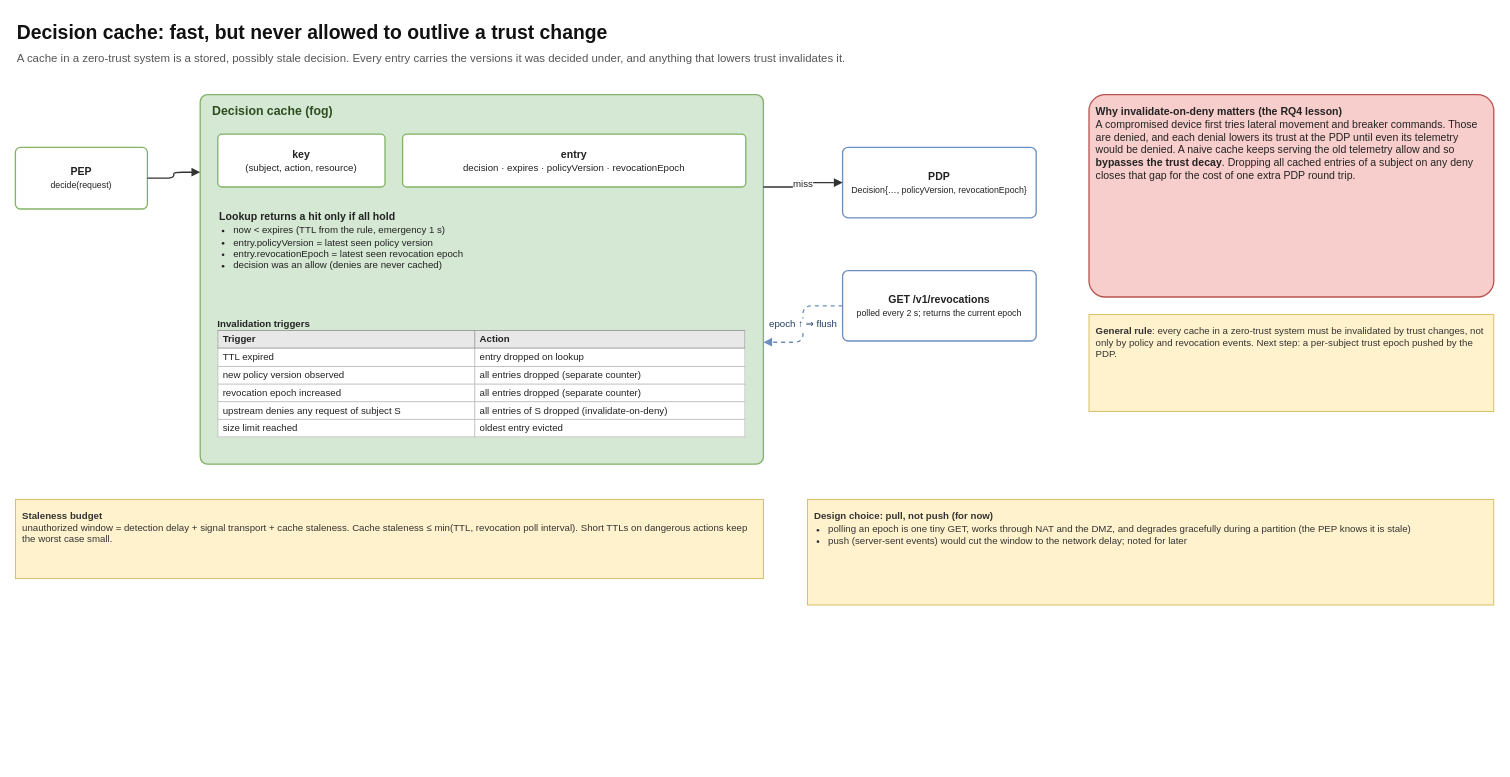
Before: page "Cache and revocation" (3 of 3) of Docs/diagrams/05-m1-credentials-and-trust.drawio in philipfleischer/zero-trust-continuum, a draw.io diagram. Source tidied: cells renumbered, new cells numbered last; positions are measured from the earlier drawing's top-left corner, leaving out a move shared by most shapes. Both pictures are drawn from the tidied source at 88%, with x=0, y=0 at pixel (15, 15).
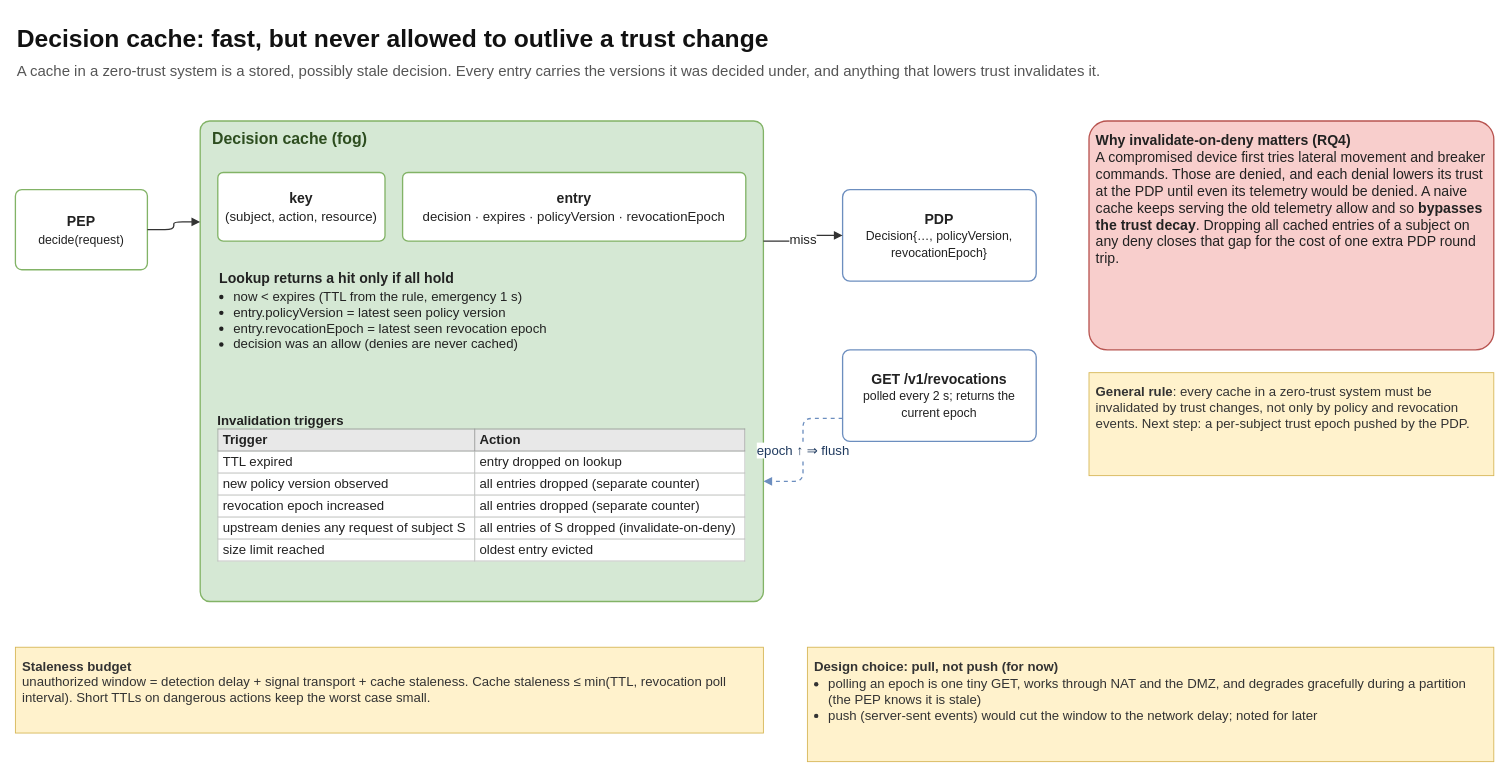
After the change.

Change to the diagram source:
```diff
@@
 <mxGraphModel background="#FFFFFF">
   <root>
     <mxCell id="0" />
     <mxCell id="1" parent="0" />
-    <mxCell id="2" value="Decision cache: fast, but never allowed to outlive a trust change" style="whiteSpace=wrap;html=1;fontFamily=Helvetica;text;align=left;verticalAlign=top;fontSize=22;fontStyle=1;fontColor=#111111;" parent="1" vertex="1">
-      <mxGeometry width="1600" height="32" as="geometry" />
+    <mxCell id="2" value="Decision cache: fast, but never allowed to outlive a trust change" style="whiteSpace=wrap;html=1;fontFamily=Helvetica;text;align=left;verticalAlign=top;fontSize=28;fontStyle=1;fontColor=#111111;" parent="1" vertex="1">
+      <mxGeometry y="3" width="1600" height="41.6" as="geometry" />
     </mxCell>
-    <mxCell id="3" value="A cache in a zero-trust system is a stored, possibly stale decision. Every entry carries the versions it was decided under, and anything that lowers trust invalidates it." style="whiteSpace=wrap;html=1;fontFamily=Helvetica;text;align=left;verticalAlign=top;fontSize=13;fontColor=#555555;" parent="1" vertex="1">
-      <mxGeometry y="34" width="1600" height="34" as="geometry" />
+    <mxCell id="3" value="A cache in a zero-trust system is a stored, possibly stale decision. Every entry carries the versions it was decided under, and anything that lowers trust invalidates it." style="whiteSpace=wrap;html=1;fontFamily=Helvetica;text;align=left;verticalAlign=top;fontSize=17;fontColor=#555555;" parent="1" vertex="1">
+      <mxGeometry y="47.2" width="1600" height="44.2" as="geometry" />
     </mxCell>
-    <mxCell id="4" value="&lt;b&gt;PEP&lt;/b&gt;&lt;br&gt;&lt;span style=&quot;font-size:10px&quot;&gt;decide(request)&lt;/span&gt;" style="whiteSpace=wrap;html=1;fontFamily=Helvetica;rounded=1;arcSize=8;fillColor=#ffffff;strokeColor=#82b366;strokeWidth=1.5;fontSize=12;fontColor=#222222;verticalAlign=middle;spacing=4;" parent="1" vertex="1">
-      <mxGeometry y="150" width="150" height="70" as="geometry" />
+    <mxCell id="4" value="&lt;b&gt;PEP&lt;/b&gt;&lt;br&gt;&lt;span style=&quot;font-size:14px&quot;&gt;decide(request)&lt;/span&gt;" style="whiteSpace=wrap;html=1;fontFamily=Helvetica;rounded=1;arcSize=8;fillColor=#ffffff;strokeColor=#82b366;strokeWidth=1.5;fontSize=16;fontColor=#222222;verticalAlign=middle;spacing=4;" parent="1" vertex="1">
+      <mxGeometry y="198" width="150" height="91" as="geometry" />
     </mxCell>
-    <mxCell id="5" value="Decision cache (fog)" style="whiteSpace=wrap;html=1;fontFamily=Helvetica;rounded=1;arcSize=2;fillColor=#d5e8d4;strokeColor=#82b366;strokeWidth=1.5;verticalAlign=top;align=left;spacingLeft=12;spacingTop=4;fontStyle=1;fontSize=14;fontColor=#2d4d1f;" parent="1" vertex="1">
-      <mxGeometry x="210" y="90" width="640" height="420" as="geometry" />
+    <mxCell id="5" value="Decision cache (fog)" style="whiteSpace=wrap;html=1;fontFamily=Helvetica;rounded=1;arcSize=2;fillColor=#d5e8d4;strokeColor=#82b366;strokeWidth=1.5;verticalAlign=top;align=left;spacingLeft=12;spacingTop=4;fontStyle=1;fontSize=18;fontColor=#2d4d1f;" parent="1" vertex="1">
+      <mxGeometry x="210" y="120" width="640" height="546" as="geometry" />
     </mxCell>
-    <mxCell id="6" value="&lt;b&gt;key&lt;/b&gt;&lt;br&gt;&lt;span style=&quot;font-size:11px&quot;&gt;(subject, action, resource)&lt;/span&gt;" style="whiteSpace=wrap;html=1;fontFamily=Helvetica;rounded=1;arcSize=8;fillColor=#ffffff;strokeColor=#82b366;strokeWidth=1.5;fontSize=12;fontColor=#222222;verticalAlign=middle;spacing=4;" parent="5" vertex="1">
-      <mxGeometry x="20" y="45" width="190" height="60" as="geometry" />
+    <mxCell id="6" value="&lt;b&gt;key&lt;/b&gt;&lt;br&gt;&lt;span style=&quot;font-size:15px&quot;&gt;(subject, action, resource)&lt;/span&gt;" style="whiteSpace=wrap;html=1;fontFamily=Helvetica;rounded=1;arcSize=8;fillColor=#ffffff;strokeColor=#82b366;strokeWidth=1.5;fontSize=16;fontColor=#222222;verticalAlign=middle;spacing=4;" parent="5" vertex="1">
+      <mxGeometry x="20" y="58.5" width="190" height="78" as="geometry" />
     </mxCell>
-    <mxCell id="7" value="&lt;b&gt;entry&lt;/b&gt;&lt;br&gt;&lt;span style=&quot;font-size:11px&quot;&gt;decision · expires · policyVersion · revocationEpoch&lt;/span&gt;" style="whiteSpace=wrap;html=1;fontFamily=Helvetica;rounded=1;arcSize=8;fillColor=#ffffff;strokeColor=#82b366;strokeWidth=1.5;fontSize=12;fontColor=#222222;verticalAlign=middle;spacing=4;" parent="5" vertex="1">
-      <mxGeometry x="230" y="45" width="390" height="60" as="geometry" />
+    <mxCell id="7" value="&lt;b&gt;entry&lt;/b&gt;&lt;br&gt;&lt;span style=&quot;font-size:15px&quot;&gt;decision · expires · policyVersion · revocationEpoch&lt;/span&gt;" style="whiteSpace=wrap;html=1;fontFamily=Helvetica;rounded=1;arcSize=8;fillColor=#ffffff;strokeColor=#82b366;strokeWidth=1.5;fontSize=16;fontColor=#222222;verticalAlign=middle;spacing=4;" parent="5" vertex="1">
+      <mxGeometry x="230" y="58.5" width="390" height="78" as="geometry" />
     </mxCell>
-    <mxCell id="8" value="&lt;b&gt;Lookup returns a hit only if all hold&lt;/b&gt;&lt;ul style=&quot;margin:2px 0 0 0;padding-left:16px;font-size:11px&quot;&gt;&lt;li&gt;now &amp;lt; expires (TTL from the rule, emergency 1 s)&lt;/li&gt;&lt;li&gt;entry.policyVersion = latest seen policy version&lt;/li&gt;&lt;li&gt;entry.revocationEpoch = latest seen revocation epoch&lt;/li&gt;&lt;li&gt;decision was an allow (denies are never cached)&lt;/li&gt;&lt;/ul&gt;" style="whiteSpace=wrap;html=1;fontFamily=Helvetica;text;align=left;verticalAlign=top;fontSize=12;fontColor=#222222;" parent="5" vertex="1">
-      <mxGeometry x="20" y="125" width="600" height="120" as="geometry" />
+    <mxCell id="8" value="&lt;b&gt;Lookup returns a hit only if all hold&lt;/b&gt;&lt;ul style=&quot;margin:2px 0 0 0;padding-left:16px;font-size:15px&quot;&gt;&lt;li&gt;now &amp;lt; expires (TTL from the rule, emergency 1 s)&lt;/li&gt;&lt;li&gt;entry.policyVersion = latest seen policy version&lt;/li&gt;&lt;li&gt;entry.revocationEpoch = latest seen revocation epoch&lt;/li&gt;&lt;li&gt;decision was an allow (denies are never cached)&lt;/li&gt;&lt;/ul&gt;" style="whiteSpace=wrap;html=1;fontFamily=Helvetica;text;align=left;verticalAlign=top;fontSize=16;fontColor=#222222;" parent="5" vertex="1">
+      <mxGeometry x="20" y="162.5" width="600" height="156" as="geometry" />
     </mxCell>
-    <mxCell id="9" value="&lt;b&gt;Invalidation triggers&lt;/b&gt;&lt;table style=&quot;border-collapse:collapse;width:100%;font-size:11px&quot;&gt;&lt;tr&gt;&lt;th style=&quot;border:1px solid #999;background:#e8e8e8;padding:3px 5px;text-align:left;&quot;&gt;Trigger&lt;/th&gt;&lt;th style=&quot;border:1px solid #999;background:#e8e8e8;padding:3px 5px;text-align:left;&quot;&gt;Action&lt;/th&gt;&lt;/tr&gt;&lt;tr&gt;&lt;td style=&quot;border:1px solid #bbb;padding:3px 5px;vertical-align:top;background:#ffffff;&quot;&gt;TTL expired&lt;/td&gt;&lt;td style=&quot;border:1px solid #bbb;padding:3px 5px;vertical-align:top;background:#ffffff;&quot;&gt;entry dropped on lookup&lt;/td&gt;&lt;/tr&gt;&lt;tr&gt;&lt;td style=&quot;border:1px solid #bbb;padding:3px 5px;vertical-align:top;background:#ffffff;&quot;&gt;new policy version observed&lt;/td&gt;&lt;td style=&quot;border:1px solid #bbb;padding:3px 5px;vertical-align:top;background:#ffffff;&quot;&gt;all entries dropped (separate counter)&lt;/td&gt;&lt;/tr&gt;&lt;tr&gt;&lt;td style=&quot;border:1px solid #bbb;padding:3px 5px;vertical-align:top;background:#ffffff;&quot;&gt;revocation epoch increased&lt;/td&gt;&lt;td style=&quot;border:1px solid #bbb;padding:3px 5px;vertical-align:top;background:#ffffff;&quot;&gt;all entries dropped (separate counter)&lt;/td&gt;&lt;/tr&gt;&lt;tr&gt;&lt;td style=&quot;border:1px solid #bbb;padding:3px 5px;vertical-align:top;background:#ffffff;&quot;&gt;upstream denies any request of subject S&lt;/td&gt;&lt;td style=&quot;border:1px solid #bbb;padding:3px 5px;vertical-align:top;background:#ffffff;&quot;&gt;all entries of S dropped (invalidate-on-deny)&lt;/td&gt;&lt;/tr&gt;&lt;tr&gt;&lt;td style=&quot;border:1px solid #bbb;padding:3px 5px;vertical-align:top;background:#ffffff;&quot;&gt;size limit reached&lt;/td&gt;&lt;td style=&quot;border:1px solid #bbb;padding:3px 5px;vertical-align:top;background:#ffffff;&quot;&gt;oldest entry evicted&lt;/td&gt;&lt;/tr&gt;&lt;/table&gt;" style="whiteSpace=wrap;html=1;fontFamily=Helvetica;text;align=left;verticalAlign=top;fontSize=11;overflow=fill;fontColor=#222222;" parent="5" vertex="1">
-      <mxGeometry x="20" y="255" width="600" height="150" as="geometry" />
+    <mxCell id="9" value="&lt;b&gt;Invalidation triggers&lt;/b&gt;&lt;table style=&quot;border-collapse:collapse;width:100%;font-size:15px&quot;&gt;&lt;tr&gt;&lt;th style=&quot;border:1px solid #999;background:#e8e8e8;padding:3px 5px;text-align:left;&quot;&gt;Trigger&lt;/th&gt;&lt;th style=&quot;border:1px solid #999;background:#e8e8e8;padding:3px 5px;text-align:left;&quot;&gt;Action&lt;/th&gt;&lt;/tr&gt;&lt;tr&gt;&lt;td style=&quot;border:1px solid #bbb;padding:3px 5px;vertical-align:top;background:#ffffff;&quot;&gt;TTL expired&lt;/td&gt;&lt;td style=&quot;border:1px solid #bbb;padding:3px 5px;vertical-align:top;background:#ffffff;&quot;&gt;entry dropped on lookup&lt;/td&gt;&lt;/tr&gt;&lt;tr&gt;&lt;td style=&quot;border:1px solid #bbb;padding:3px 5px;vertical-align:top;background:#ffffff;&quot;&gt;new policy version observed&lt;/td&gt;&lt;td style=&quot;border:1px solid #bbb;padding:3px 5px;vertical-align:top;background:#ffffff;&quot;&gt;all entries dropped (separate counter)&lt;/td&gt;&lt;/tr&gt;&lt;tr&gt;&lt;td style=&quot;border:1px solid #bbb;padding:3px 5px;vertical-align:top;background:#ffffff;&quot;&gt;revocation epoch increased&lt;/td&gt;&lt;td style=&quot;border:1px solid #bbb;padding:3px 5px;vertical-align:top;background:#ffffff;&quot;&gt;all entries dropped (separate counter)&lt;/td&gt;&lt;/tr&gt;&lt;tr&gt;&lt;td style=&quot;border:1px solid #bbb;padding:3px 5px;vertical-align:top;background:#ffffff;&quot;&gt;upstream denies any request of subject S&lt;/td&gt;&lt;td style=&quot;border:1px solid #bbb;padding:3px 5px;vertical-align:top;background:#ffffff;&quot;&gt;all entries of S dropped (invalidate-on-deny)&lt;/td&gt;&lt;/tr&gt;&lt;tr&gt;&lt;td style=&quot;border:1px solid #bbb;padding:3px 5px;vertical-align:top;background:#ffffff;&quot;&gt;size limit reached&lt;/td&gt;&lt;td style=&quot;border:1px solid #bbb;padding:3px 5px;vertical-align:top;background:#ffffff;&quot;&gt;oldest entry evicted&lt;/td&gt;&lt;/tr&gt;&lt;/table&gt;" style="whiteSpace=wrap;html=1;fontFamily=Helvetica;text;align=left;verticalAlign=top;fontSize=15;overflow=fill;fontColor=#222222;" parent="5" vertex="1">
+      <mxGeometry x="20" y="331.5" width="600" height="195" as="geometry" />
     </mxCell>
-    <mxCell id="10" value="&lt;b&gt;PDP&lt;/b&gt;&lt;br&gt;&lt;span style=&quot;font-size:10px&quot;&gt;Decision{…, policyVersion, revocationEpoch}&lt;/span&gt;" style="whiteSpace=wrap;html=1;fontFamily=Helvetica;rounded=1;arcSize=8;fillColor=#ffffff;strokeColor=#6c8ebf;strokeWidth=1.5;fontSize=12;fontColor=#222222;verticalAlign=middle;spacing=4;" parent="1" vertex="1">
-      <mxGeometry x="940" y="150" width="220" height="80" as="geometry" />
+    <mxCell id="10" value="&lt;b&gt;PDP&lt;/b&gt;&lt;br&gt;&lt;span style=&quot;font-size:14px&quot;&gt;Decision{…, policyVersion, revocationEpoch}&lt;/span&gt;" style="whiteSpace=wrap;html=1;fontFamily=Helvetica;rounded=1;arcSize=8;fillColor=#ffffff;strokeColor=#6c8ebf;strokeWidth=1.5;fontSize=16;fontColor=#222222;verticalAlign=middle;spacing=4;" parent="1" vertex="1">
+      <mxGeometry x="940" y="198" width="220" height="104" as="geometry" />
     </mxCell>
-    <mxCell id="11" value="&lt;b&gt;GET /v1/revocations&lt;/b&gt;&lt;br&gt;&lt;span style=&quot;font-size:10px&quot;&gt;polled every 2 s; returns the current epoch&lt;/span&gt;" style="whiteSpace=wrap;html=1;fontFamily=Helvetica;rounded=1;arcSize=8;fillColor=#ffffff;strokeColor=#6c8ebf;strokeWidth=1.5;fontSize=12;fontColor=#222222;verticalAlign=middle;spacing=4;" parent="1" vertex="1">
-      <mxGeometry x="940" y="290" width="220" height="80" as="geometry" />
+    <mxCell id="11" value="&lt;b&gt;GET /v1/revocations&lt;/b&gt;&lt;br&gt;&lt;span style=&quot;font-size:14px&quot;&gt;polled every 2 s; returns the current epoch&lt;/span&gt;" style="whiteSpace=wrap;html=1;fontFamily=Helvetica;rounded=1;arcSize=8;fillColor=#ffffff;strokeColor=#6c8ebf;strokeWidth=1.5;fontSize=16;fontColor=#222222;verticalAlign=middle;spacing=4;" parent="1" vertex="1">
+      <mxGeometry x="940" y="380" width="220" height="104" as="geometry" />
     </mxCell>
-    <mxCell id="12" style="edgeStyle=orthogonalEdgeStyle;rounded=1;jettySize=auto;html=1;endArrow=block;endFill=1;strokeWidth=1.5;fontSize=11;labelBackgroundColor=#ffffff;fontFamily=Helvetica;strokeColor=#333333;fontColor=#222222;exitX=1;exitY=0.5;exitDx=0;exitDy=0;entryX=0;entryY=0.21;entryDx=0;entryDy=0;" parent="1" edge="1" source="4" target="5">
+    <mxCell id="12" style="edgeStyle=orthogonalEdgeStyle;rounded=1;jettySize=auto;html=1;endArrow=block;endFill=1;strokeWidth=1.5;fontSize=15;labelBackgroundColor=#ffffff;fontFamily=Helvetica;strokeColor=#333333;fontColor=#222222;exitX=1;exitY=0.5;exitDx=0;exitDy=0;entryX=0;entryY=0.21;entryDx=0;entryDy=0;" parent="1" edge="1" source="4" target="5">
       <mxGeometry relative="1" as="geometry" />
     </mxCell>
-    <mxCell id="13" value="miss" style="edgeStyle=orthogonalEdgeStyle;rounded=1;jettySize=auto;html=1;endArrow=block;endFill=1;strokeWidth=1.5;fontSize=11;labelBackgroundColor=#ffffff;fontFamily=Helvetica;strokeColor=#333333;fontColor=#222222;exitX=1;exitY=0.25;exitDx=0;exitDy=0;entryX=0;entryY=0.5;entryDx=0;entryDy=0;" parent="1" edge="1" source="5" target="10">
+    <mxCell id="13" value="miss" style="edgeStyle=orthogonalEdgeStyle;rounded=1;jettySize=auto;html=1;endArrow=block;endFill=1;strokeWidth=1.5;fontSize=15;labelBackgroundColor=#ffffff;fontFamily=Helvetica;strokeColor=#333333;fontColor=#222222;exitX=1;exitY=0.25;exitDx=0;exitDy=0;entryX=0;entryY=0.5;entryDx=0;entryDy=0;" parent="1" edge="1" source="5" target="10">
       <mxGeometry relative="1" as="geometry" />
     </mxCell>
-    <mxCell id="14" value="epoch ↑ ⇒ flush" style="edgeStyle=orthogonalEdgeStyle;rounded=1;jettySize=auto;html=1;endArrow=block;endFill=1;strokeWidth=1.5;fontSize=11;labelBackgroundColor=#ffffff;fontFamily=Helvetica;strokeColor=#6c8ebf;fontColor=#1f3a5f;dashed=1;exitX=0;exitY=0.5;exitDx=0;exitDy=0;entryX=1;entryY=0.67;entryDx=0;entryDy=0;" parent="1" edge="1" source="11" target="5">
+    <mxCell id="14" value="epoch ↑ ⇒ flush" style="edgeStyle=orthogonalEdgeStyle;rounded=1;jettySize=auto;html=1;endArrow=block;endFill=1;strokeWidth=1.5;fontSize=15;labelBackgroundColor=#ffffff;fontFamily=Helvetica;strokeColor=#6c8ebf;fontColor=#1f3a5f;dashed=1;exitX=0;exitY=0.75;exitDx=0;exitDy=0;entryX=1;entryY=0.75;entryDx=0;entryDy=0;" parent="1" edge="1" source="11" target="5">
       <mxGeometry relative="1" as="geometry" />
     </mxCell>
-    <mxCell id="15" value="&lt;b&gt;Why invalidate-on-deny matters (the RQ4 lesson)&lt;/b&gt;&lt;br&gt;A compromised device first tries lateral movement and breaker commands. Those are denied, and each denial lowers its trust at the PDP until even its telemetry would be denied. A naive cache keeps serving the old telemetry allow and so &lt;b&gt;bypasses the trust decay&lt;/b&gt;. Dropping all cached entries of a subject on any deny closes that gap for the cost of one extra PDP round trip." style="whiteSpace=wrap;html=1;fontFamily=Helvetica;rounded=1;arcSize=8;fillColor=#f8cecc;strokeColor=#b85450;strokeWidth=1.5;fontSize=12;fontColor=#222222;spacing=4;align=left;verticalAlign=top;spacing=8;" parent="1" vertex="1">
-      <mxGeometry x="1220" y="90" width="460" height="230" as="geometry" />
+    <mxCell id="15" value="&lt;b&gt;Why invalidate-on-deny matters (RQ4)&lt;/b&gt;&lt;br&gt;A compromised device first tries lateral movement and breaker commands. Those are denied, and each denial lowers its trust at the PDP until even its telemetry would be denied. A naive cache keeps serving the old telemetry allow and so &lt;b&gt;bypasses the trust decay&lt;/b&gt;. Dropping all cached entries of a subject on any deny closes that gap for the cost of one extra PDP round trip." style="whiteSpace=wrap;html=1;fontFamily=Helvetica;rounded=1;arcSize=8;fillColor=#f8cecc;strokeColor=#b85450;strokeWidth=1.5;fontSize=16;fontColor=#222222;spacing=4;align=left;verticalAlign=top;spacing=8;" parent="1" vertex="1">
+      <mxGeometry x="1220" y="120" width="460" height="260" as="geometry" />
     </mxCell>
-    <mxCell id="16" value="&lt;b&gt;General rule&lt;/b&gt;: every cache in a zero-trust system must be invalidated by trust changes, not only by policy and revocation events. Next step: a per-subject trust epoch pushed by the PDP." style="whiteSpace=wrap;html=1;fontFamily=Helvetica;rounded=0;fillColor=#fff2cc;strokeColor=#d6b656;align=left;verticalAlign=top;spacing=8;fontSize=11;fontColor=#333333;" parent="1" vertex="1">
-      <mxGeometry x="1220" y="340" width="460" height="110" as="geometry" />
+    <mxCell id="16" value="&lt;b&gt;General rule&lt;/b&gt;: every cache in a zero-trust system must be invalidated by trust changes, not only by policy and revocation events. Next step: a per-subject trust epoch pushed by the PDP." style="whiteSpace=wrap;html=1;fontFamily=Helvetica;rounded=0;fillColor=#fff2cc;strokeColor=#d6b656;align=left;verticalAlign=top;spacing=8;fontSize=15;fontColor=#333333;" parent="1" vertex="1">
+      <mxGeometry x="1220" y="406" width="460" height="117" as="geometry" />
     </mxCell>
-    <mxCell id="17" value="&lt;b&gt;Staleness budget&lt;/b&gt;&lt;br&gt;unauthorized window = detection delay + signal transport + cache staleness. Cache staleness ≤ min(TTL, revocation poll interval). Short TTLs on dangerous actions keep the worst case small." style="whiteSpace=wrap;html=1;fontFamily=Helvetica;rounded=0;fillColor=#fff2cc;strokeColor=#d6b656;align=left;verticalAlign=top;spacing=8;fontSize=11;fontColor=#333333;" parent="1" vertex="1">
-      <mxGeometry y="550" width="850" height="90" as="geometry" />
+    <mxCell id="17" value="&lt;b&gt;Staleness budget&lt;/b&gt;&lt;br&gt;unauthorized window = detection delay + signal transport + cache staleness. Cache staleness ≤ min(TTL, revocation poll interval). Short TTLs on dangerous actions keep the worst case small." style="whiteSpace=wrap;html=1;fontFamily=Helvetica;rounded=0;fillColor=#fff2cc;strokeColor=#d6b656;align=left;verticalAlign=top;spacing=8;fontSize=15;fontColor=#333333;" parent="1" vertex="1">
+      <mxGeometry y="718" width="850" height="97.5" as="geometry" />
     </mxCell>
-    <mxCell id="18" value="&lt;b&gt;Design choice: pull, not push (for now)&lt;/b&gt;&lt;ul style=&quot;margin:2px 0 0 0;padding-left:16px;font-size:11px&quot;&gt;&lt;li&gt;polling an epoch is one tiny GET, works through NAT and the DMZ, and degrades gracefully during a partition (the PEP knows it is stale)&lt;/li&gt;&lt;li&gt;push (server-sent events) would cut the window to the network delay; noted for later&lt;/li&gt;&lt;/ul&gt;" style="whiteSpace=wrap;html=1;fontFamily=Helvetica;rounded=0;fillColor=#fff2cc;strokeColor=#d6b656;align=left;verticalAlign=top;spacing=8;fontSize=11;fontColor=#333333;" parent="1" vertex="1">
-      <mxGeometry x="900" y="550" width="780" height="120" as="geometry" />
+    <mxCell id="18" value="&lt;b&gt;Design choice: pull, not push (for now)&lt;/b&gt;&lt;ul style=&quot;margin:2px 0 0 0;padding-left:16px;font-size:15px&quot;&gt;&lt;li&gt;polling an epoch is one tiny GET, works through NAT and the DMZ, and degrades gracefully during a partition (the PEP knows it is stale)&lt;/li&gt;&lt;li&gt;push (server-sent events) would cut the window to the network delay; noted for later&lt;/li&gt;&lt;/ul&gt;" style="whiteSpace=wrap;html=1;fontFamily=Helvetica;rounded=0;fillColor=#fff2cc;strokeColor=#d6b656;align=left;verticalAlign=top;spacing=8;fontSize=15;fontColor=#333333;" parent="1" vertex="1">
+      <mxGeometry x="900" y="718" width="780" height="130" as="geometry" />
     </mxCell>
   </root>
 </mxGraphModel>
```
